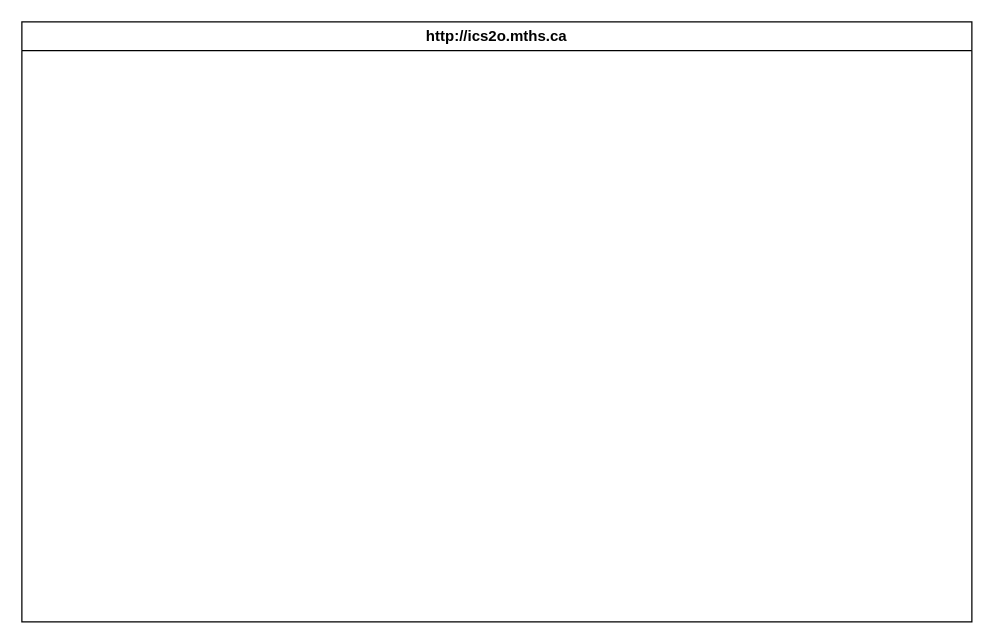
Above: design/storyboard.drawio in Olivia-Ten-Den/ICD2O-Final-Project-olivia.ten-den (draw.io), before the change. Source tidied: cells renumbered, new cells numbered last; positions are measured from the earlier drawing's top-left corner, leaving out a move shared by most shapes. Both pictures are drawn from the tidied source at 125%, with x=0, y=0 at pixel (21, 21).
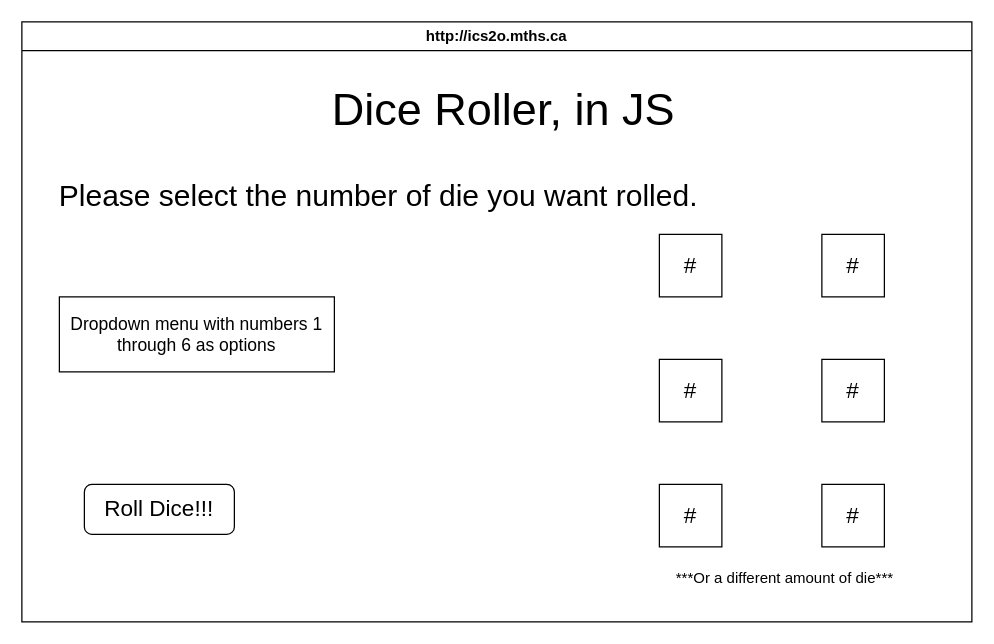
Above is the later version.

Diff of the diagram source:
```diff
@@
 <mxGraphModel>
   <root>
     <mxCell id="0" />
     <mxCell id="1" parent="0" />
     <mxCell id="2" value="http://ics2o.mths.ca" style="swimlane;whiteSpace=wrap;html=1;" parent="1" vertex="1">
       <mxGeometry width="760" height="480" as="geometry" />
     </mxCell>
+    <mxCell id="3" value="&lt;font style=&quot;font-size: 36px;&quot;&gt;Dice Roller, in JS&lt;/font&gt;" style="text;html=1;align=center;verticalAlign=middle;strokeColor=none;fillColor=none;" parent="2" vertex="1">
+      <mxGeometry x="235" y="40" width="300" height="60" as="geometry" />
+    </mxCell>
+    <mxCell id="4" value="&lt;font style=&quot;font-size: 24px;&quot;&gt;Please select the number of die you want rolled.&lt;/font&gt;" style="text;html=1;align=center;verticalAlign=middle;strokeColor=none;fillColor=none;" parent="2" vertex="1">
+      <mxGeometry x="20" y="120" width="530" height="40" as="geometry" />
+    </mxCell>
+    <mxCell id="5" value="&lt;font style=&quot;font-size: 14px;&quot;&gt;Dropdown menu with numbers 1 through 6 as options&lt;/font&gt;" style="whiteSpace=wrap;html=1;" parent="2" vertex="1">
+      <mxGeometry x="30" y="220" width="220" height="60" as="geometry" />
+    </mxCell>
+    <mxCell id="6" value="&lt;font style=&quot;font-size: 18px;&quot;&gt;#&lt;/font&gt;" style="whiteSpace=wrap;html=1;" parent="2" vertex="1">
+      <mxGeometry x="510" y="270" width="50" height="50" as="geometry" />
+    </mxCell>
+    <mxCell id="7" value="&lt;font style=&quot;font-size: 18px;&quot;&gt;#&lt;/font&gt;" style="whiteSpace=wrap;html=1;" parent="2" vertex="1">
+      <mxGeometry x="640" y="170" width="50" height="50" as="geometry" />
+    </mxCell>
+    <mxCell id="8" value="&lt;font style=&quot;font-size: 18px;&quot;&gt;#&lt;/font&gt;" style="whiteSpace=wrap;html=1;" parent="2" vertex="1">
+      <mxGeometry x="510" y="170" width="50" height="50" as="geometry" />
+    </mxCell>
+    <mxCell id="9" value="&lt;font style=&quot;font-size: 18px;&quot;&gt;#&lt;/font&gt;" style="whiteSpace=wrap;html=1;" parent="2" vertex="1">
+      <mxGeometry x="640" y="270" width="50" height="50" as="geometry" />
+    </mxCell>
+    <mxCell id="10" value="&lt;font style=&quot;font-size: 18px;&quot;&gt;#&lt;/font&gt;" style="whiteSpace=wrap;html=1;" parent="2" vertex="1">
+      <mxGeometry x="640" y="370" width="50" height="50" as="geometry" />
+    </mxCell>
+    <mxCell id="11" value="&lt;font style=&quot;font-size: 18px;&quot;&gt;#&lt;/font&gt;" style="whiteSpace=wrap;html=1;" parent="2" vertex="1">
+      <mxGeometry x="510" y="370" width="50" height="50" as="geometry" />
+    </mxCell>
+    <mxCell id="12" value="&lt;font style=&quot;font-size: 18px;&quot;&gt;Roll Dice!!!&lt;/font&gt;" style="rounded=1;whiteSpace=wrap;html=1;" parent="2" vertex="1">
+      <mxGeometry x="50" y="370" width="120" height="40" as="geometry" />
+    </mxCell>
+    <mxCell id="13" value="***Or a different amount of die***" style="text;html=1;align=center;verticalAlign=middle;strokeColor=none;fillColor=none;" parent="2" vertex="1">
+      <mxGeometry x="510" y="430" width="200" height="30" as="geometry" />
+    </mxCell>
   </root>
 </mxGraphModel>
```
